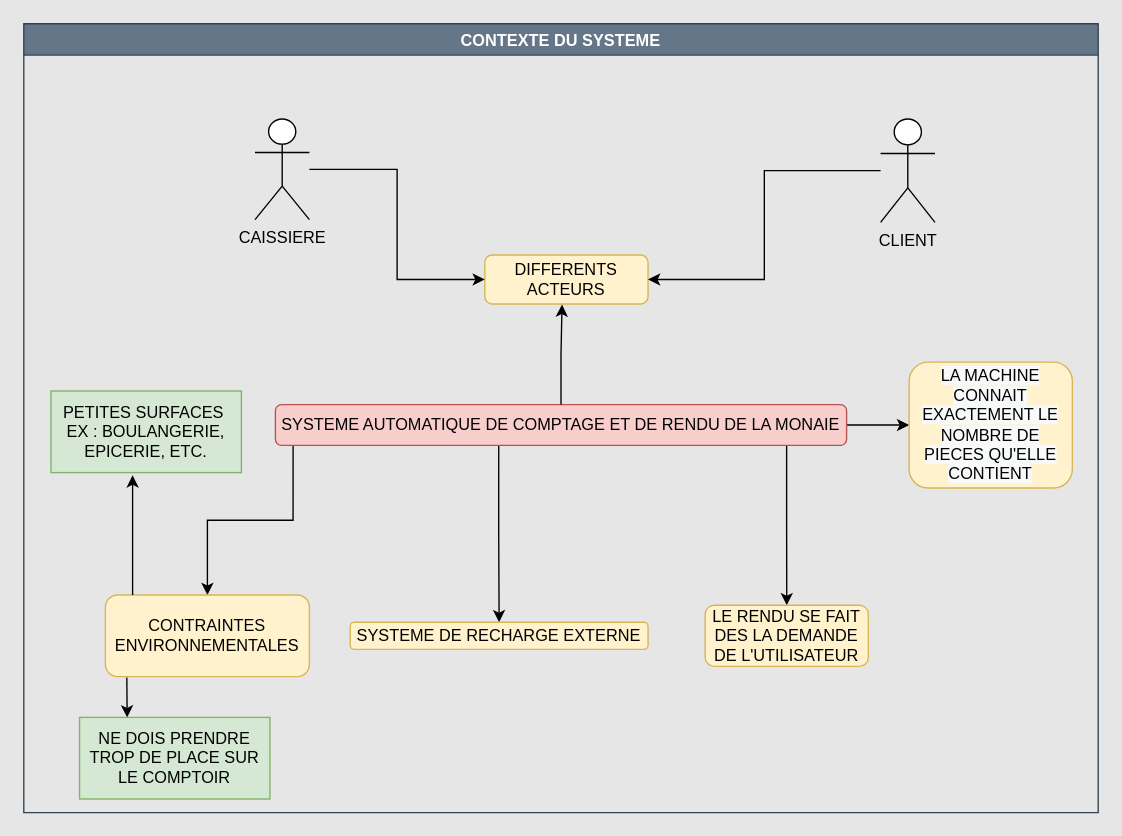
Mockonaa/SI2022 keeps this draw.io diagram as Untitled Diagram.drawio. Above is the earlier version. Source tidied: cells renumbered, new cells numbered last; positions are measured from the earlier drawing's top-left corner, leaving out a move shared by most shapes. Both pictures are drawn from the tidied source at 136%, with x=0, y=0 at pixel (23, 23).
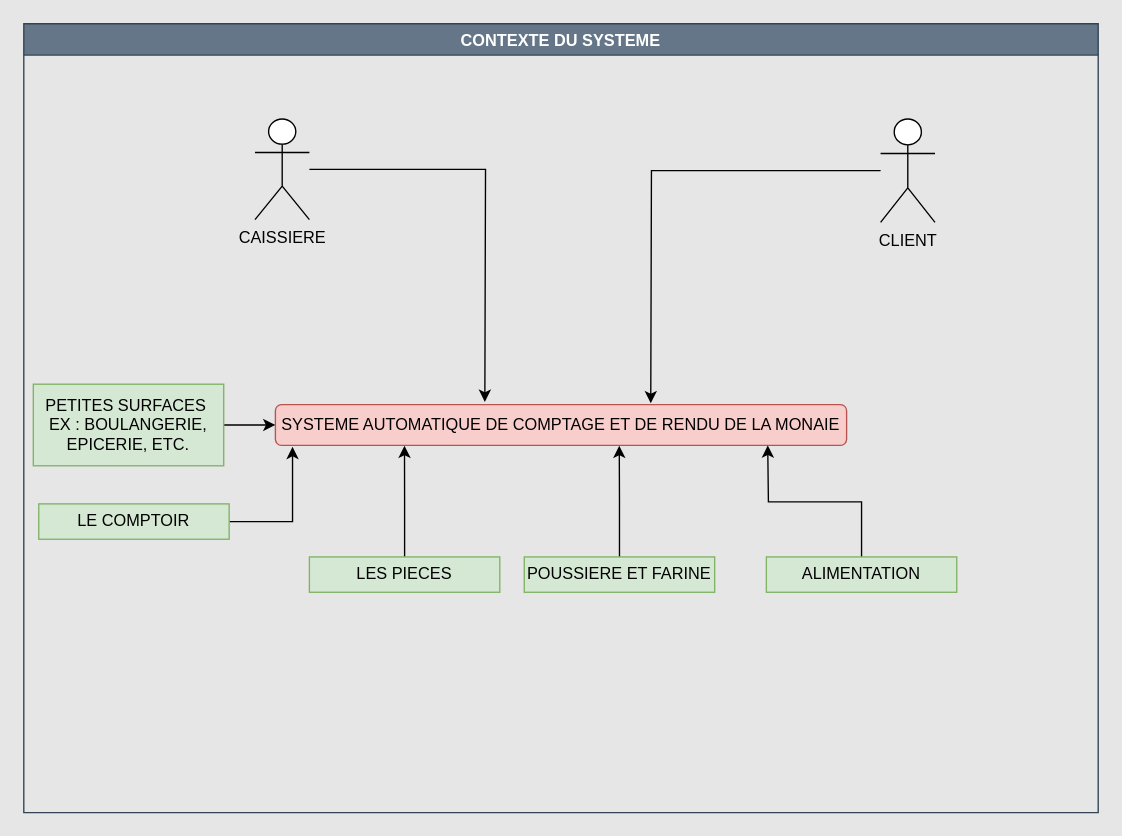
Above is the later version.

Commit message:
Update Untitled Diagram.drawio (vrai sysML cette fois)

The change refers to these unchanged cells:
```xml
<mxCell id="2" value="CONTEXTE DU SYSTEME" style="swimlane;fillColor=#647687;strokeColor=#314354;fontColor=#ffffff;" parent="1" vertex="1">
  <mxGeometry width="790" height="580" as="geometry" />
</mxCell>
<mxCell id="7" value="SYSTEME AUTOMATIQUE DE COMPTAGE ET DE RENDU DE LA MONAIE" style="rounded=1;whiteSpace=wrap;html=1;fillColor=#f8cecc;strokeColor=#b85450;" parent="2" vertex="1">
  <mxGeometry x="185" y="280" width="420" height="30" as="geometry" />
</mxCell>
<mxCell id="10" value="CAISSIERE" style="shape=umlActor;verticalLabelPosition=bottom;verticalAlign=top;html=1;outlineConnect=0;" parent="2" vertex="1">
  <mxGeometry x="170" y="70" width="40" height="74" as="geometry" />
</mxCell>
<mxCell id="12" value="CLIENT" style="shape=umlActor;verticalLabelPosition=bottom;verticalAlign=top;html=1;outlineConnect=0;" parent="2" vertex="1">
  <mxGeometry x="630" y="70" width="40" height="76" as="geometry" />
</mxCell>
```

The edit, as a diff of the source:
```diff
@@
-    <mxCell id="3" style="edgeStyle=orthogonalEdgeStyle;rounded=0;jettySize=auto;html=1;exitX=0.031;exitY=1.012;exitDx=0;exitDy=0;exitPerimeter=0;" parent="2" edge="1" source="7" target="14">
-      <mxGeometry relative="1" as="geometry" />
-    </mxCell>
-    <mxCell id="4" style="edgeStyle=orthogonalEdgeStyle;rounded=0;jettySize=auto;html=1;exitX=0.391;exitY=1.003;exitDx=0;exitDy=0;exitPerimeter=0;" parent="2" edge="1" source="7" target="19">
-      <mxGeometry relative="1" as="geometry" />
-    </mxCell>
-    <mxCell id="5" style="edgeStyle=orthogonalEdgeStyle;rounded=0;jettySize=auto;html=1;entryX=0;entryY=0.5;entryDx=0;entryDy=0;" parent="2" edge="1" source="7" target="20">
-      <mxGeometry relative="1" as="geometry" />
-    </mxCell>
-    <mxCell id="6" style="edgeStyle=orthogonalEdgeStyle;rounded=0;jettySize=auto;html=1;entryX=0.5;entryY=0;entryDx=0;entryDy=0;exitX=0.895;exitY=1.017;exitDx=0;exitDy=0;exitPerimeter=0;" parent="2" edge="1" source="7" target="21">
-      <mxGeometry relative="1" as="geometry" />
-    </mxCell>
@@
-    <mxCell id="8" value="DIFFERENTS ACTEURS" style="rounded=1;whiteSpace=wrap;html=1;fillColor=#fff2cc;strokeColor=#d6b656;" parent="2" vertex="1">
-      <mxGeometry x="339" y="170" width="120" height="36" as="geometry" />
-    </mxCell>
-    <mxCell id="9" style="edgeStyle=orthogonalEdgeStyle;rounded=0;jettySize=auto;html=1;entryX=0;entryY=0.5;entryDx=0;entryDy=0;" parent="2" edge="1" source="10" target="8">
-      <mxGeometry relative="1" as="geometry" />
+    <mxCell id="9" style="edgeStyle=orthogonalEdgeStyle;rounded=0;jettySize=auto;html=1;" parent="2" edge="1" source="10">
+      <mxGeometry relative="1" as="geometry">
+        <mxPoint x="339" y="278" as="targetPoint" />
+      </mxGeometry>
     </mxCell>
@@
-    <mxCell id="11" style="edgeStyle=orthogonalEdgeStyle;rounded=0;jettySize=auto;html=1;entryX=1;entryY=0.5;entryDx=0;entryDy=0;" parent="2" edge="1" source="12" target="8">
-      <mxGeometry relative="1" as="geometry" />
+    <mxCell id="11" style="edgeStyle=orthogonalEdgeStyle;rounded=0;jettySize=auto;html=1;" parent="2" edge="1" source="12">
+      <mxGeometry relative="1" as="geometry">
+        <mxPoint x="461" y="279" as="targetPoint" />
+      </mxGeometry>
     </mxCell>
@@
-    <mxCell id="13" style="edgeStyle=orthogonalEdgeStyle;rounded=0;jettySize=auto;html=1;entryX=0.25;entryY=0;entryDx=0;entryDy=0;exitX=0.105;exitY=1.011;exitDx=0;exitDy=0;exitPerimeter=0;" parent="2" edge="1" source="14" target="17">
-      <mxGeometry relative="1" as="geometry">
-        <Array as="points">
-          <mxPoint x="76" y="481" />
-        </Array>
-      </mxGeometry>
-    </mxCell>
-    <mxCell id="14" value="CONTRAINTES ENVIRONNEMENTALES" style="rounded=1;whiteSpace=wrap;html=1;fillColor=#fff2cc;strokeColor=#d6b656;" parent="2" vertex="1">
-      <mxGeometry x="60" y="420" width="150" height="60" as="geometry" />
-    </mxCell>
+    <mxCell id="22" style="edgeStyle=orthogonalEdgeStyle;rounded=0;jettySize=auto;html=1;entryX=0;entryY=0.5;entryDx=0;entryDy=0;" parent="2" edge="1" source="15" target="7">
+      <mxGeometry relative="1" as="geometry" />
+    </mxCell>
     <mxCell id="15" value="PETITES SURFACES&amp;nbsp;&lt;br&gt;EX : BOULANGERIE, EPICERIE, ETC." style="rounded=0;whiteSpace=wrap;html=1;fillColor=#d5e8d4;strokeColor=#82b366;" parent="2" vertex="1">
-      <mxGeometry x="20" y="270" width="140" height="60" as="geometry" />
+      <mxGeometry x="7" y="265" width="140" height="60" as="geometry" />
     </mxCell>
-    <mxCell id="16" style="edgeStyle=orthogonalEdgeStyle;rounded=0;orthogonalLoop=1;jettySize=auto;html=1;" parent="2" edge="1">
-      <mxGeometry relative="1" as="geometry">
-        <mxPoint x="80" y="420" as="sourcePoint" />
-        <mxPoint x="80" y="332" as="targetPoint" />
-        <Array as="points">
-          <mxPoint x="80" y="420" />
-        </Array>
-      </mxGeometry>
-    </mxCell>
+    <mxCell id="23" style="edgeStyle=orthogonalEdgeStyle;rounded=0;jettySize=auto;html=1;entryX=0.03;entryY=1.035;entryDx=0;entryDy=0;entryPerimeter=0;" parent="2" edge="1" source="17" target="7">
+      <mxGeometry relative="1" as="geometry" />
+    </mxCell>
-    <mxCell id="17" value="NE DOIS PRENDRE TROP DE PLACE SUR LE COMPTOIR" style="rounded=0;whiteSpace=wrap;html=1;fillColor=#d5e8d4;strokeColor=#82b366;" parent="2" vertex="1">
-      <mxGeometry x="41" y="510" width="140" height="60" as="geometry" />
+    <mxCell id="17" value="LE COMPTOIR&lt;br&gt;" style="rounded=0;whiteSpace=wrap;html=1;fillColor=#d5e8d4;strokeColor=#82b366;" parent="2" vertex="1">
+      <mxGeometry x="11" y="353" width="140" height="26" as="geometry" />
     </mxCell>
-    <mxCell id="18" style="edgeStyle=orthogonalEdgeStyle;rounded=0;jettySize=auto;html=1;entryX=0.473;entryY=1.012;entryDx=0;entryDy=0;entryPerimeter=0;" parent="2" edge="1" source="7" target="8">
-      <mxGeometry relative="1" as="geometry" />
-    </mxCell>
-    <mxCell id="19" value="SYSTEME DE RECHARGE EXTERNE" style="rounded=1;whiteSpace=wrap;html=1;fillColor=#fff2cc;strokeColor=#d6b656;" parent="2" vertex="1">
-      <mxGeometry x="240" y="440" width="219" height="20" as="geometry" />
-    </mxCell>
-    <mxCell id="20" value="&#10;&#10;&lt;span style=&quot;color: rgb(0, 0, 0); font-family: helvetica; font-size: 12px; font-style: normal; font-weight: 400; letter-spacing: normal; text-align: center; text-indent: 0px; text-transform: none; word-spacing: 0px; background-color: rgb(248, 249, 250); display: inline; float: none;&quot;&gt;LA MACHINE CONNAIT EXACTEMENT LE NOMBRE DE PIECES QU'ELLE CONTIENT&lt;/span&gt;&#10;&#10;" style="rounded=1;whiteSpace=wrap;html=1;fillColor=#fff2cc;strokeColor=#d6b656;" parent="2" vertex="1">
-      <mxGeometry x="651" y="248.8" width="120" height="92.5" as="geometry" />
-    </mxCell>
-    <mxCell id="21" value="LE RENDU SE FAIT DES LA DEMANDE DE L'UTILISATEUR" style="rounded=1;whiteSpace=wrap;html=1;fillColor=#fff2cc;strokeColor=#d6b656;" parent="2" vertex="1">
-      <mxGeometry x="501" y="427.5" width="120" height="45" as="geometry" />
-    </mxCell>
+    <mxCell id="24" style="edgeStyle=orthogonalEdgeStyle;rounded=0;jettySize=auto;html=1;entryX=0.226;entryY=1.009;entryDx=0;entryDy=0;entryPerimeter=0;" parent="2" edge="1" source="25" target="7">
+      <mxGeometry relative="1" as="geometry" />
+    </mxCell>
+    <mxCell id="25" value="LES PIECES" style="rounded=0;whiteSpace=wrap;html=1;fillColor=#d5e8d4;strokeColor=#82b366;" parent="2" vertex="1">
+      <mxGeometry x="210" y="392" width="140" height="26" as="geometry" />
+    </mxCell>
+    <mxCell id="26" style="edgeStyle=orthogonalEdgeStyle;rounded=0;jettySize=auto;html=1;entryX=0.602;entryY=1.009;entryDx=0;entryDy=0;entryPerimeter=0;" parent="2" edge="1" source="27" target="7">
+      <mxGeometry relative="1" as="geometry" />
+    </mxCell>
+    <mxCell id="27" value="POUSSIERE ET FARINE" style="rounded=0;whiteSpace=wrap;html=1;fillColor=#d5e8d4;strokeColor=#82b366;" parent="2" vertex="1">
+      <mxGeometry x="368" y="392" width="140" height="26" as="geometry" />
+    </mxCell>
+    <mxCell id="28" style="edgeStyle=orthogonalEdgeStyle;rounded=0;jettySize=auto;html=1;" parent="2" edge="1" source="29">
+      <mxGeometry relative="1" as="geometry">
+        <mxPoint x="547" y="310" as="targetPoint" />
+      </mxGeometry>
+    </mxCell>
+    <mxCell id="29" value="ALIMENTATION" style="rounded=0;whiteSpace=wrap;html=1;fillColor=#d5e8d4;strokeColor=#82b366;" parent="2" vertex="1">
+      <mxGeometry x="546" y="392" width="140" height="26" as="geometry" />
+    </mxCell>
```
